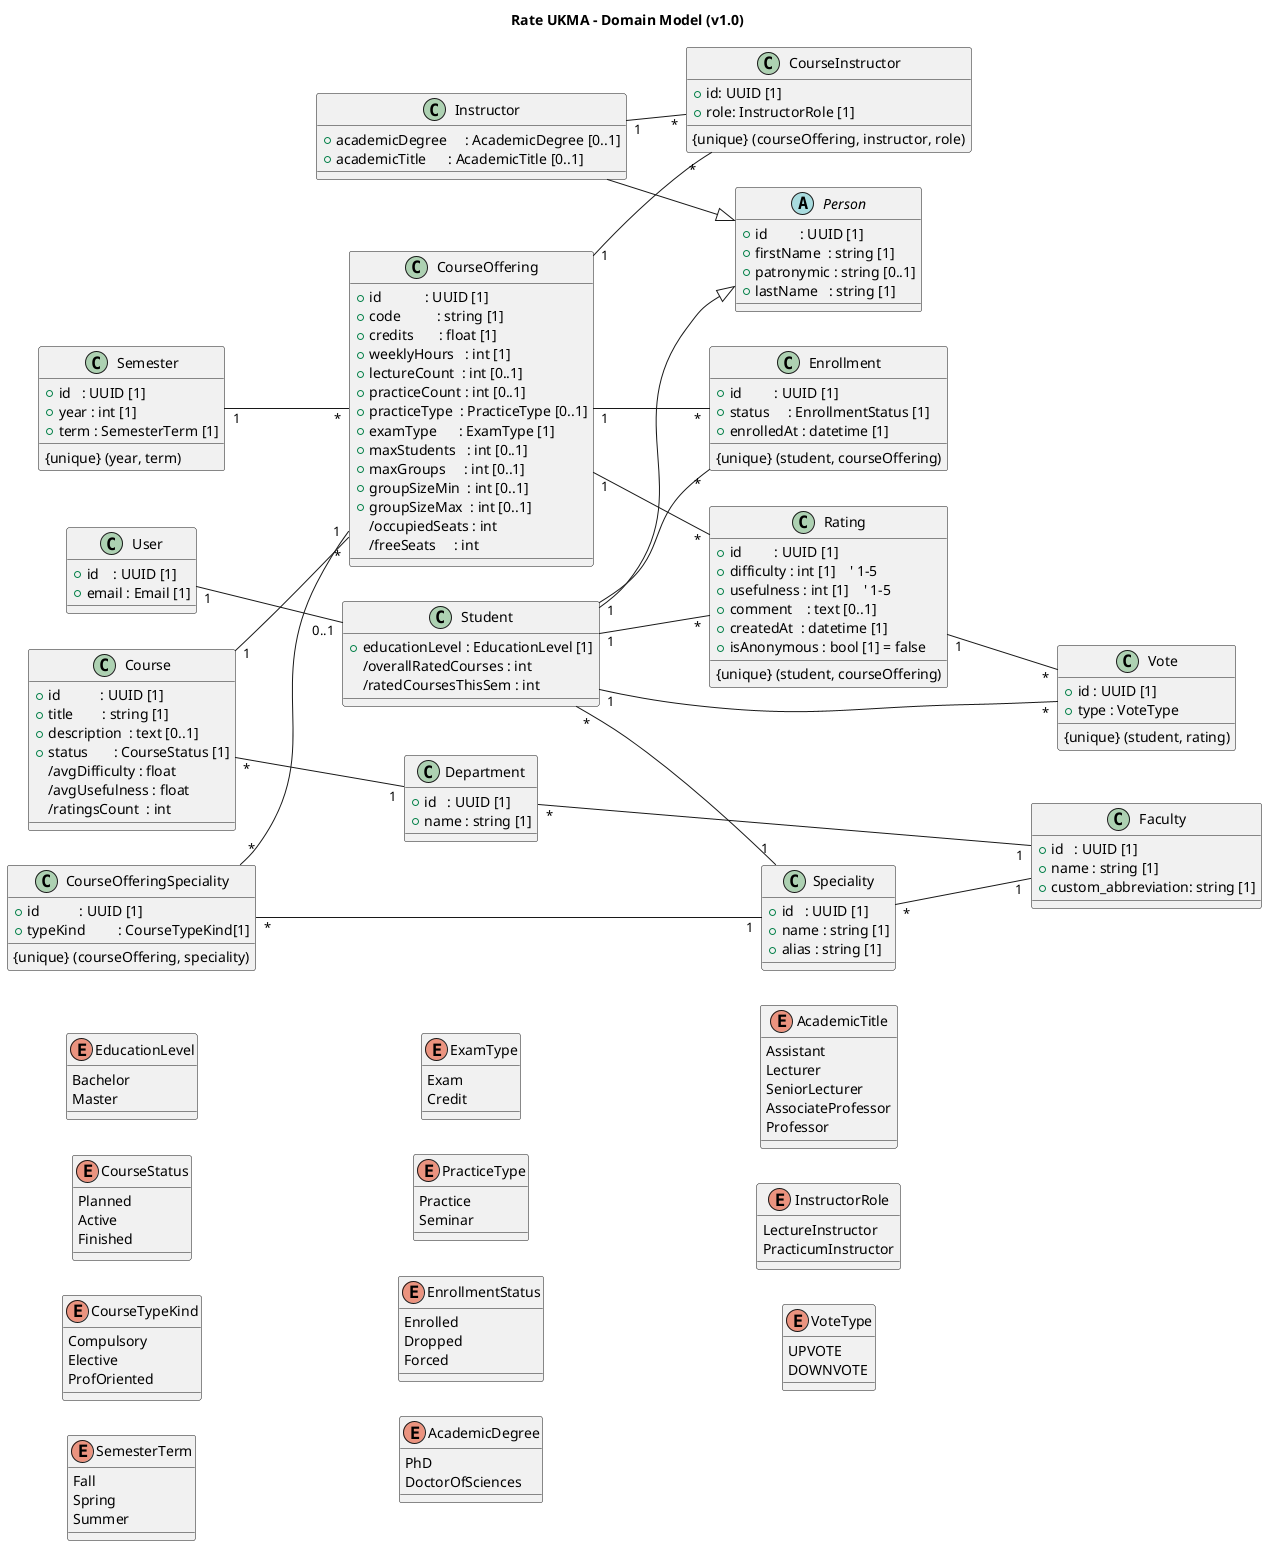
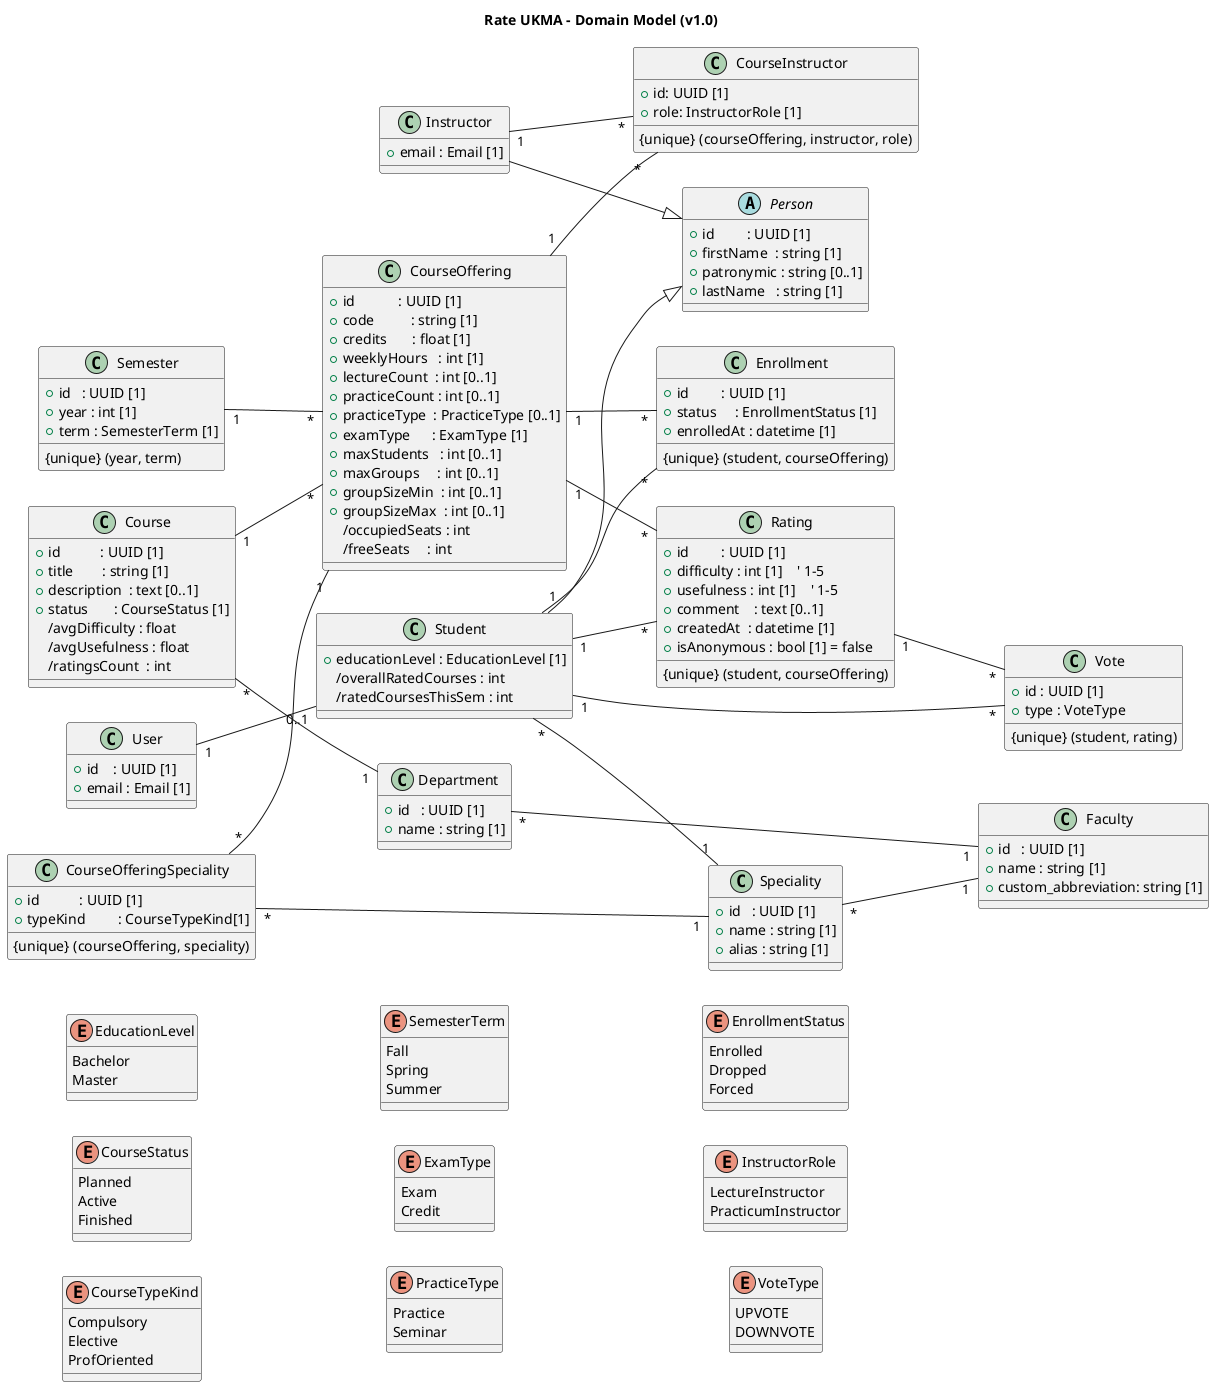
@startuml core-domain-model
title Rate UKMA – Domain Model (v1.0)
left to right direction

class User {
  +id    : UUID [1]
  +email : Email [1]
}

abstract class Person {
  +id         : UUID [1]
  +firstName  : string [1]
  +patronymic : string [0..1]
  +lastName   : string [1]
}

class Student {
  +educationLevel : EducationLevel [1]
  /overallRatedCourses : int
  /ratedCoursesThisSem : int
}
User "1" -- "0..1" Student
Student "*" -- "1" Speciality
Student --|> Person

class Instructor {
-   +academicDegree     : AcademicDegree [0..1]
-   +academicTitle      : AcademicTitle [0..1]
+   +email : Email [1]
}
Instructor --|> Person

class Faculty {
  +id   : UUID [1]
  +name : string [1]
  +custom_abbreviation: string [1]
}

class Department {
  +id   : UUID [1]
  +name : string [1]
}
Department "*" -- "1" Faculty

class Speciality {
  +id   : UUID [1]
  +name : string [1]
  +alias : string [1]
}
Speciality "*" -- "1" Faculty

class Course {
  +id           : UUID [1]
  +title        : string [1]
  +description  : text [0..1]
  +status       : CourseStatus [1]
  /avgDifficulty : float
  /avgUsefulness : float
  /ratingsCount  : int
}
Course "*" -- "1" Department

class Semester {
  +id   : UUID [1]
  +year : int [1]
  +term : SemesterTerm [1]
  {unique} (year, term)
}

class CourseOffering {
  +id            : UUID [1]
  +code          : string [1]
  +credits       : float [1]
  +weeklyHours   : int [1]
  +lectureCount  : int [0..1]
  +practiceCount : int [0..1]
  +practiceType  : PracticeType [0..1]
  +examType      : ExamType [1]
  +maxStudents   : int [0..1]
  +maxGroups     : int [0..1]
  +groupSizeMin  : int [0..1]
  +groupSizeMax  : int [0..1]
  /occupiedSeats : int
  /freeSeats     : int
}
Course "1"   -- "*" CourseOffering
Semester "1" -- "*" CourseOffering


class CourseOfferingSpeciality {
  +id           : UUID [1]
  +typeKind         : CourseTypeKind[1]
  {unique} (courseOffering, speciality)
}
CourseOfferingSpeciality "*" -- "1" CourseOffering
CourseOfferingSpeciality "*" -- "1" Speciality

class CourseInstructor {
  +id: UUID [1]
  +role: InstructorRole [1]
  {unique} (courseOffering, instructor, role)
}
CourseOffering "1" -- "*" CourseInstructor
Instructor "1" -- "*" CourseInstructor

class Enrollment {
  +id         : UUID [1]
  +status     : EnrollmentStatus [1]
  +enrolledAt : datetime [1]
  {unique} (student, courseOffering)
}
Student "1"        -- "*" Enrollment
CourseOffering "1" -- "*" Enrollment

class Rating {
  +id         : UUID [1]
  +difficulty : int [1]    ' 1–5
  +usefulness : int [1]    ' 1–5
  +comment    : text [0..1]
  +createdAt  : datetime [1]
  +isAnonymous : bool [1] = false
  {unique} (student, courseOffering)
}
Student "1" -- "*" Rating
CourseOffering  "1" -- "*" Rating

class Vote {
  +id : UUID [1]
  +type : VoteType
  {unique} (student, rating)
}

Student "1" -- "*" Vote
Rating "1" -- "*" Vote

enum EducationLevel {
  Bachelor
  Master
}

enum CourseStatus {
  Planned
  Active
  Finished
}

enum CourseTypeKind {
  Compulsory
  Elective
  ProfOriented
}

enum SemesterTerm {
  Fall
  Spring
  Summer
}

enum ExamType {
  Exam
  Credit
}

enum PracticeType {
  Practice
  Seminar
}

enum EnrollmentStatus {
  Enrolled
  Dropped
  Forced
}

- enum AcademicDegree {
-   PhD
-   DoctorOfSciences
- }
- 
- enum AcademicTitle {
-   Assistant
-   Lecturer
-   SeniorLecturer
-   AssociateProfessor
-   Professor
- }
- 
enum InstructorRole {
  LectureInstructor
  PracticumInstructor
}

enum VoteType {
  UPVOTE
  DOWNVOTE
}
@enduml